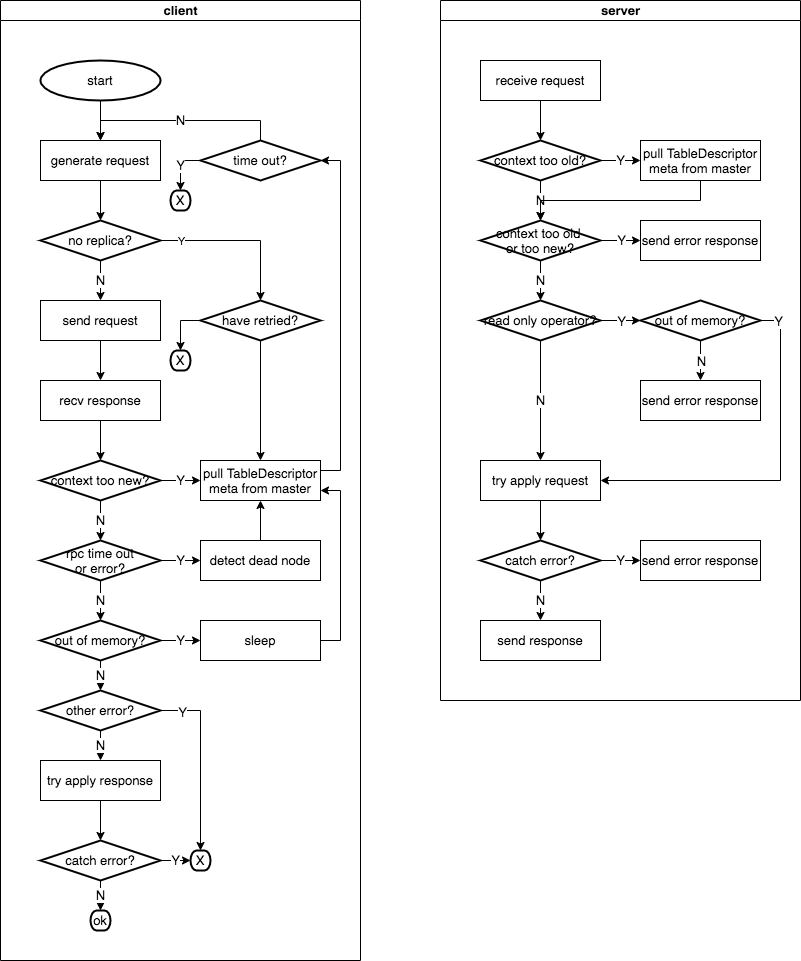
This is documents/operator.drawio.png from 4paradigm/parameter-server, a draw.io export, as it was before one commit. Source tidied: cells renumbered, new cells last; positions are measured from the earlier drawing's top-left corner, leaving out a move shared by most shapes. Its diagram source:
```xml
<mxGraphModel>
  <root>
    <mxCell id="0" />
    <mxCell id="1" parent="0" />
    <mxCell id="2" value="server" style="swimlane;html=1;startSize=20;fontSize=13;" parent="1" vertex="1">
      <mxGeometry x="440" width="360" height="700" as="geometry" />
    </mxCell>
    <mxCell id="3" style="edgeStyle=orthogonalEdgeStyle;rounded=0;jettySize=auto;html=1;entryX=0.5;entryY=0;entryDx=0;entryDy=0;entryPerimeter=0;fontSize=13;" parent="2" edge="1" source="4">
      <mxGeometry relative="1" as="geometry">
        <mxPoint x="100" y="140" as="targetPoint" />
      </mxGeometry>
    </mxCell>
    <mxCell id="4" value="receive request" style="rounded=0;whiteSpace=wrap;html=1;fontSize=13;" parent="2" vertex="1">
      <mxGeometry x="40" y="60" width="120" height="40" as="geometry" />
    </mxCell>
    <mxCell id="5" value="Y" style="edgeStyle=orthogonalEdgeStyle;rounded=0;jettySize=auto;html=1;exitX=1;exitY=0.5;exitDx=0;exitDy=0;exitPerimeter=0;entryX=0;entryY=0.5;entryDx=0;entryDy=0;fontSize=13;" parent="2" edge="1" source="7" target="9">
      <mxGeometry relative="1" as="geometry" />
    </mxCell>
    <mxCell id="6" value="N" style="edgeStyle=orthogonalEdgeStyle;rounded=0;jettySize=auto;html=1;entryX=0.5;entryY=0;entryDx=0;entryDy=0;entryPerimeter=0;fontSize=13;" parent="2" edge="1" source="7" target="10">
      <mxGeometry relative="1" as="geometry" />
    </mxCell>
    <mxCell id="7" value="context too old?" style="strokeWidth=2;html=1;shape=mxgraph.flowchart.decision;whiteSpace=wrap;fontSize=13;" parent="2" vertex="1">
      <mxGeometry x="40" y="140" width="120" height="40" as="geometry" />
    </mxCell>
    <mxCell id="8" style="edgeStyle=orthogonalEdgeStyle;rounded=0;jettySize=auto;html=1;exitX=0.5;exitY=1;exitDx=0;exitDy=0;entryX=0.5;entryY=0;entryDx=0;entryDy=0;entryPerimeter=0;" parent="2" edge="1" source="9" target="10">
      <mxGeometry relative="1" as="geometry" />
    </mxCell>
    <mxCell id="9" value="pull TableDescriptor meta from master" style="rounded=0;whiteSpace=wrap;html=1;fontSize=13;" parent="2" vertex="1">
      <mxGeometry x="200" y="140" width="120" height="40" as="geometry" />
    </mxCell>
    <mxCell id="10" value="context too old &lt;br&gt;or too new?" style="strokeWidth=2;html=1;shape=mxgraph.flowchart.decision;whiteSpace=wrap;fontSize=13;" parent="2" vertex="1">
      <mxGeometry x="40" y="220" width="120" height="40" as="geometry" />
    </mxCell>
    <mxCell id="11" value="N" style="edgeStyle=orthogonalEdgeStyle;rounded=0;jettySize=auto;html=1;entryX=0.5;entryY=0;entryDx=0;entryDy=0;fontSize=13;" parent="2" edge="1" source="12" target="14">
      <mxGeometry relative="1" as="geometry" />
    </mxCell>
    <mxCell id="12" value="read only operator?" style="strokeWidth=2;html=1;shape=mxgraph.flowchart.decision;whiteSpace=wrap;fontSize=13;" parent="2" vertex="1">
      <mxGeometry x="40" y="300" width="120" height="40" as="geometry" />
    </mxCell>
    <mxCell id="13" style="edgeStyle=orthogonalEdgeStyle;rounded=0;jettySize=auto;html=1;entryX=0.5;entryY=0;entryDx=0;entryDy=0;entryPerimeter=0;fontSize=13;" parent="2" edge="1" source="14" target="17">
      <mxGeometry relative="1" as="geometry" />
    </mxCell>
    <mxCell id="14" value="try apply request" style="rounded=0;whiteSpace=wrap;html=1;fontSize=13;" parent="2" vertex="1">
      <mxGeometry x="40" y="460" width="120" height="40" as="geometry" />
    </mxCell>
    <mxCell id="15" value="Y" style="edgeStyle=orthogonalEdgeStyle;rounded=0;jettySize=auto;html=1;entryX=0;entryY=0.5;entryDx=0;entryDy=0;fontSize=13;" parent="2" edge="1" source="17" target="29">
      <mxGeometry relative="1" as="geometry" />
    </mxCell>
    <mxCell id="16" value="N" style="edgeStyle=orthogonalEdgeStyle;rounded=0;jettySize=auto;html=1;entryX=0.5;entryY=0;entryDx=0;entryDy=0;fontSize=13;" parent="2" edge="1" source="17" target="30">
      <mxGeometry relative="1" as="geometry" />
    </mxCell>
    <mxCell id="17" value="catch error?" style="strokeWidth=2;html=1;shape=mxgraph.flowchart.decision;whiteSpace=wrap;fontSize=13;" parent="2" vertex="1">
      <mxGeometry x="40" y="540" width="120" height="40" as="geometry" />
    </mxCell>
    <mxCell id="18" style="edgeStyle=orthogonalEdgeStyle;rounded=0;jettySize=auto;html=1;entryX=1;entryY=0.5;entryDx=0;entryDy=0;exitX=1;exitY=0.5;exitDx=0;exitDy=0;exitPerimeter=0;fontSize=13;" parent="2" edge="1" source="20" target="14">
      <mxGeometry relative="1" as="geometry" />
    </mxCell>
    <mxCell id="19" value="Y" style="edgeLabel;html=1;align=center;verticalAlign=middle;fontSize=13;" parent="18" vertex="1">
      <mxGeometry x="0.43" y="3" relative="1" as="geometry">
        <mxPoint x="75" y="-163" as="offset" />
      </mxGeometry>
    </mxCell>
    <mxCell id="20" value="out of memory?" style="strokeWidth=2;html=1;shape=mxgraph.flowchart.decision;whiteSpace=wrap;fontSize=13;" parent="2" vertex="1">
      <mxGeometry x="200" y="300" width="120" height="40" as="geometry" />
    </mxCell>
    <mxCell id="21" value="send error response" style="rounded=0;whiteSpace=wrap;html=1;fontSize=13;" parent="2" vertex="1">
      <mxGeometry x="200" y="220" width="120" height="40" as="geometry" />
    </mxCell>
    <mxCell id="22" style="edgeStyle=orthogonalEdgeStyle;rounded=0;jettySize=auto;html=1;entryX=0;entryY=0.5;entryDx=0;entryDy=0;fontSize=13;" parent="2" edge="1" source="10" target="21">
      <mxGeometry relative="1" as="geometry" />
    </mxCell>
    <mxCell id="23" value="Y" style="edgeLabel;html=1;align=center;verticalAlign=middle;fontSize=13;" parent="22" vertex="1">
      <mxGeometry y="1" relative="1" as="geometry" />
    </mxCell>
    <mxCell id="24" value="send error response" style="rounded=0;whiteSpace=wrap;html=1;fontSize=13;" parent="2" vertex="1">
      <mxGeometry x="200" y="380" width="120" height="40" as="geometry" />
    </mxCell>
    <mxCell id="25" style="edgeStyle=orthogonalEdgeStyle;rounded=0;jettySize=auto;html=1;entryX=0.5;entryY=0;entryDx=0;entryDy=0;fontSize=13;" parent="2" edge="1" source="20" target="24">
      <mxGeometry relative="1" as="geometry" />
    </mxCell>
    <mxCell id="26" value="N" style="edgeLabel;html=1;align=center;verticalAlign=middle;fontSize=13;" parent="25" vertex="1">
      <mxGeometry relative="1" as="geometry" />
    </mxCell>
    <mxCell id="27" style="edgeStyle=orthogonalEdgeStyle;rounded=0;jettySize=auto;html=1;entryX=0;entryY=0.5;entryDx=0;entryDy=0;entryPerimeter=0;fontSize=13;" parent="2" edge="1" source="12" target="20">
      <mxGeometry relative="1" as="geometry" />
    </mxCell>
    <mxCell id="28" value="Y" style="edgeLabel;html=1;align=center;verticalAlign=middle;fontSize=13;" parent="27" vertex="1">
      <mxGeometry x="-0.1" y="2" relative="1" as="geometry">
        <mxPoint x="2" y="2" as="offset" />
      </mxGeometry>
    </mxCell>
    <mxCell id="29" value="send error response" style="rounded=0;whiteSpace=wrap;html=1;fontSize=13;" parent="2" vertex="1">
      <mxGeometry x="200" y="540" width="120" height="40" as="geometry" />
    </mxCell>
    <mxCell id="30" value="send response" style="rounded=0;whiteSpace=wrap;html=1;fontSize=13;" parent="2" vertex="1">
      <mxGeometry x="40" y="620" width="120" height="40" as="geometry" />
    </mxCell>
    <mxCell id="31" value="N" style="edgeStyle=orthogonalEdgeStyle;rounded=0;jettySize=auto;html=1;entryX=0.5;entryY=0;entryDx=0;entryDy=0;entryPerimeter=0;fontSize=13;" parent="2" edge="1" source="10" target="12">
      <mxGeometry relative="1" as="geometry">
        <Array as="points">
          <mxPoint x="100" y="280" />
          <mxPoint x="100" y="280" />
        </Array>
      </mxGeometry>
    </mxCell>
    <mxCell id="32" value="client" style="swimlane;html=1;startSize=20;fontSize=13;" parent="1" vertex="1">
      <mxGeometry width="360" height="960" as="geometry" />
    </mxCell>
    <mxCell id="33" style="edgeStyle=orthogonalEdgeStyle;rounded=0;jettySize=auto;html=1;entryX=0.5;entryY=0;entryDx=0;entryDy=0;fontSize=13;" parent="32" edge="1" source="34" target="36">
      <mxGeometry relative="1" as="geometry" />
    </mxCell>
    <mxCell id="34" value="send request" style="rounded=0;whiteSpace=wrap;html=1;fontSize=13;" parent="32" vertex="1">
      <mxGeometry x="40" y="300" width="120" height="40" as="geometry" />
    </mxCell>
    <mxCell id="35" style="edgeStyle=orthogonalEdgeStyle;rounded=0;jettySize=auto;html=1;entryX=0.5;entryY=0;entryDx=0;entryDy=0;entryPerimeter=0;fontSize=13;" parent="32" edge="1" source="36" target="45">
      <mxGeometry relative="1" as="geometry" />
    </mxCell>
    <mxCell id="36" value="recv response" style="rounded=0;whiteSpace=wrap;html=1;fontSize=13;" parent="32" vertex="1">
      <mxGeometry x="40" y="380" width="120" height="40" as="geometry" />
    </mxCell>
    <mxCell id="37" value="N" style="edgeStyle=orthogonalEdgeStyle;rounded=0;jettySize=auto;html=1;entryX=0.5;entryY=0;entryDx=0;entryDy=0;entryPerimeter=0;fontSize=13;" parent="32" edge="1" source="39" target="42">
      <mxGeometry relative="1" as="geometry" />
    </mxCell>
    <mxCell id="38" value="Y" style="edgeStyle=orthogonalEdgeStyle;rounded=0;jettySize=auto;html=1;entryX=0;entryY=0.5;entryDx=0;entryDy=0;fontSize=13;" parent="32" edge="1" source="39" target="60">
      <mxGeometry relative="1" as="geometry" />
    </mxCell>
    <mxCell id="39" value="rpc time out&lt;br&gt;or error?" style="strokeWidth=2;html=1;shape=mxgraph.flowchart.decision;whiteSpace=wrap;fontSize=13;" parent="32" vertex="1">
      <mxGeometry x="40" y="540" width="120" height="40" as="geometry" />
    </mxCell>
    <mxCell id="40" value="Y" style="edgeStyle=orthogonalEdgeStyle;rounded=0;jettySize=auto;html=1;entryX=0;entryY=0.5;entryDx=0;entryDy=0;fontSize=13;" parent="32" edge="1" source="42" target="50">
      <mxGeometry relative="1" as="geometry" />
    </mxCell>
    <mxCell id="41" value="N" style="edgeStyle=orthogonalEdgeStyle;rounded=0;jettySize=auto;html=1;fontSize=13;entryX=0.5;entryY=0;entryDx=0;entryDy=0;entryPerimeter=0;" parent="32" edge="1" source="42" target="78">
      <mxGeometry relative="1" as="geometry" />
    </mxCell>
    <mxCell id="42" value="out of memory?" style="strokeWidth=2;html=1;shape=mxgraph.flowchart.decision;whiteSpace=wrap;fontSize=13;" parent="32" vertex="1">
      <mxGeometry x="40" y="620" width="120" height="40" as="geometry" />
    </mxCell>
    <mxCell id="43" value="N" style="edgeStyle=orthogonalEdgeStyle;rounded=0;jettySize=auto;html=1;entryX=0.5;entryY=0;entryDx=0;entryDy=0;entryPerimeter=0;fontSize=13;" parent="32" edge="1" source="45" target="39">
      <mxGeometry relative="1" as="geometry">
        <Array as="points">
          <mxPoint x="100" y="520" />
          <mxPoint x="100" y="520" />
        </Array>
      </mxGeometry>
    </mxCell>
    <mxCell id="44" value="Y" style="edgeStyle=orthogonalEdgeStyle;rounded=0;jettySize=auto;html=1;entryX=0;entryY=0.5;entryDx=0;entryDy=0;fontSize=13;" parent="32" edge="1" source="45" target="47">
      <mxGeometry relative="1" as="geometry" />
    </mxCell>
    <mxCell id="45" value="context too new?" style="strokeWidth=2;html=1;shape=mxgraph.flowchart.decision;whiteSpace=wrap;fontSize=13;" parent="32" vertex="1">
      <mxGeometry x="40" y="460" width="120" height="40" as="geometry" />
    </mxCell>
    <mxCell id="46" style="edgeStyle=orthogonalEdgeStyle;rounded=0;jettySize=auto;html=1;exitX=1;exitY=0.25;exitDx=0;exitDy=0;entryX=1;entryY=0.5;entryDx=0;entryDy=0;entryPerimeter=0;fontSize=13;" parent="32" edge="1" source="47" target="63">
      <mxGeometry relative="1" as="geometry" />
    </mxCell>
    <mxCell id="47" value="pull TableDescriptor meta from master" style="rounded=0;whiteSpace=wrap;html=1;fontSize=13;" parent="32" vertex="1">
      <mxGeometry x="200" y="460" width="120" height="40" as="geometry" />
    </mxCell>
    <mxCell id="48" style="edgeStyle=orthogonalEdgeStyle;rounded=0;jettySize=auto;html=1;entryX=0.5;entryY=1;entryDx=0;entryDy=0;exitX=0.5;exitY=0;exitDx=0;exitDy=0;fontSize=13;" parent="32" edge="1" source="60" target="47">
      <mxGeometry relative="1" as="geometry" />
    </mxCell>
    <mxCell id="49" style="edgeStyle=orthogonalEdgeStyle;rounded=0;jettySize=auto;html=1;entryX=1;entryY=0.75;entryDx=0;entryDy=0;exitX=1;exitY=0.5;exitDx=0;exitDy=0;fontSize=13;" parent="32" edge="1" source="50" target="47">
      <mxGeometry relative="1" as="geometry" />
    </mxCell>
    <mxCell id="50" value="sleep" style="rounded=0;whiteSpace=wrap;html=1;fontSize=13;" parent="32" vertex="1">
      <mxGeometry x="200" y="620" width="120" height="40" as="geometry" />
    </mxCell>
    <mxCell id="51" style="edgeStyle=orthogonalEdgeStyle;rounded=0;jettySize=auto;html=1;entryX=0.5;entryY=0;entryDx=0;entryDy=0;entryPerimeter=0;fontSize=13;" parent="32" edge="1" source="52" target="56">
      <mxGeometry relative="1" as="geometry" />
    </mxCell>
    <mxCell id="52" value="generate request" style="rounded=0;whiteSpace=wrap;html=1;fontSize=13;" parent="32" vertex="1">
      <mxGeometry x="40" y="140" width="120" height="40" as="geometry" />
    </mxCell>
    <mxCell id="53" value="N" style="edgeStyle=orthogonalEdgeStyle;rounded=0;jettySize=auto;html=1;entryX=0.5;entryY=0;entryDx=0;entryDy=0;fontSize=13;" parent="32" edge="1" source="56" target="34">
      <mxGeometry relative="1" as="geometry" />
    </mxCell>
    <mxCell id="54" style="edgeStyle=orthogonalEdgeStyle;rounded=0;jettySize=auto;html=1;exitX=1;exitY=0.5;exitDx=0;exitDy=0;exitPerimeter=0;entryX=0.5;entryY=0;entryDx=0;entryDy=0;entryPerimeter=0;fontSize=13;" parent="32" edge="1" source="56" target="58">
      <mxGeometry relative="1" as="geometry" />
    </mxCell>
    <mxCell id="55" value="Y" style="edgeLabel;html=1;align=center;verticalAlign=middle;" parent="54" vertex="1">
      <mxGeometry x="-0.79" y="-4" relative="1" as="geometry">
        <mxPoint x="3" y="-4" as="offset" />
      </mxGeometry>
    </mxCell>
    <mxCell id="56" value="no replica?" style="strokeWidth=2;html=1;shape=mxgraph.flowchart.decision;whiteSpace=wrap;fontSize=13;" parent="32" vertex="1">
      <mxGeometry x="40" y="220" width="120" height="40" as="geometry" />
    </mxCell>
    <mxCell id="57" style="edgeStyle=orthogonalEdgeStyle;rounded=0;jettySize=auto;html=1;exitX=0;exitY=0.5;exitDx=0;exitDy=0;exitPerimeter=0;fontSize=13;" parent="32" edge="1" source="58" target="73">
      <mxGeometry relative="1" as="geometry" />
    </mxCell>
    <mxCell id="58" value="have retried?" style="strokeWidth=2;html=1;shape=mxgraph.flowchart.decision;whiteSpace=wrap;fontSize=13;" parent="32" vertex="1">
      <mxGeometry x="200" y="300" width="120" height="40" as="geometry" />
    </mxCell>
    <mxCell id="59" style="edgeStyle=orthogonalEdgeStyle;rounded=0;jettySize=auto;html=1;entryX=0.5;entryY=0;entryDx=0;entryDy=0;fontSize=13;" parent="32" edge="1" source="58" target="47">
      <mxGeometry relative="1" as="geometry" />
    </mxCell>
    <mxCell id="60" value="detect dead node" style="rounded=0;whiteSpace=wrap;html=1;fontSize=13;" parent="32" vertex="1">
      <mxGeometry x="200" y="540" width="120" height="40" as="geometry" />
    </mxCell>
    <mxCell id="61" value="N" style="edgeStyle=orthogonalEdgeStyle;rounded=0;jettySize=auto;html=1;exitX=0.5;exitY=0;exitDx=0;exitDy=0;exitPerimeter=0;entryX=0.5;entryY=0;entryDx=0;entryDy=0;fontSize=13;" parent="32" edge="1" source="63" target="52">
      <mxGeometry relative="1" as="geometry" />
    </mxCell>
    <mxCell id="62" value="Y" style="edgeStyle=orthogonalEdgeStyle;rounded=0;jettySize=auto;html=1;exitX=0;exitY=0.5;exitDx=0;exitDy=0;exitPerimeter=0;entryX=0.5;entryY=0;entryDx=0;entryDy=0;entryPerimeter=0;fontSize=13;" parent="32" edge="1" source="63" target="74">
      <mxGeometry relative="1" as="geometry">
        <Array as="points">
          <mxPoint x="180" y="160" />
        </Array>
      </mxGeometry>
    </mxCell>
    <mxCell id="63" value="time out?" style="strokeWidth=2;html=1;shape=mxgraph.flowchart.decision;whiteSpace=wrap;fontSize=13;" parent="32" vertex="1">
      <mxGeometry x="200" y="140" width="120" height="40" as="geometry" />
    </mxCell>
    <mxCell id="64" style="edgeStyle=orthogonalEdgeStyle;rounded=0;jettySize=auto;html=1;entryX=0.5;entryY=0;entryDx=0;entryDy=0;fontSize=13;" parent="32" edge="1" source="65" target="52">
      <mxGeometry relative="1" as="geometry" />
    </mxCell>
    <mxCell id="65" value="start" style="strokeWidth=2;html=1;shape=mxgraph.flowchart.start_1;whiteSpace=wrap;fontSize=13;" parent="32" vertex="1">
      <mxGeometry x="40" y="60" width="120" height="40" as="geometry" />
    </mxCell>
    <mxCell id="66" value="Y" style="edgeStyle=orthogonalEdgeStyle;rounded=0;jettySize=auto;html=1;exitX=1;exitY=0.5;exitDx=0;exitDy=0;exitPerimeter=0;entryX=0;entryY=0.5;entryDx=0;entryDy=0;entryPerimeter=0;fontSize=13;" parent="32" edge="1" source="67" target="72">
      <mxGeometry relative="1" as="geometry" />
    </mxCell>
    <mxCell id="67" value="catch error?" style="strokeWidth=2;html=1;shape=mxgraph.flowchart.decision;whiteSpace=wrap;fontSize=13;" parent="32" vertex="1">
      <mxGeometry x="40" y="840" width="120" height="40" as="geometry" />
    </mxCell>
    <mxCell id="68" value="ok" style="strokeWidth=2;html=1;shape=mxgraph.flowchart.terminator;whiteSpace=wrap;fontSize=13;" parent="32" vertex="1">
      <mxGeometry x="90" y="910" width="20" height="20" as="geometry" />
    </mxCell>
    <mxCell id="69" value="N" style="edgeStyle=orthogonalEdgeStyle;rounded=0;jettySize=auto;html=1;entryX=0.5;entryY=0;entryDx=0;entryDy=0;entryPerimeter=0;fontSize=13;" parent="32" edge="1" source="67" target="68">
      <mxGeometry relative="1" as="geometry" />
    </mxCell>
    <mxCell id="70" style="edgeStyle=orthogonalEdgeStyle;rounded=0;jettySize=auto;html=1;fontSize=13;" parent="32" edge="1" source="71" target="67">
      <mxGeometry relative="1" as="geometry" />
    </mxCell>
    <mxCell id="71" value="try apply response" style="rounded=0;whiteSpace=wrap;html=1;fontSize=13;" parent="32" vertex="1">
      <mxGeometry x="40" y="760" width="120" height="40" as="geometry" />
    </mxCell>
    <mxCell id="72" value="X" style="strokeWidth=2;html=1;shape=mxgraph.flowchart.terminator;whiteSpace=wrap;fontSize=13;" parent="32" vertex="1">
      <mxGeometry x="190" y="850" width="20" height="20" as="geometry" />
    </mxCell>
    <mxCell id="73" value="X" style="strokeWidth=2;html=1;shape=mxgraph.flowchart.terminator;whiteSpace=wrap;fontSize=13;" parent="32" vertex="1">
      <mxGeometry x="170" y="350" width="20" height="20" as="geometry" />
    </mxCell>
    <mxCell id="74" value="X" style="strokeWidth=2;html=1;shape=mxgraph.flowchart.terminator;whiteSpace=wrap;fontSize=13;" parent="32" vertex="1">
      <mxGeometry x="170" y="190" width="20" height="20" as="geometry" />
    </mxCell>
    <mxCell id="75" value="N" style="edgeStyle=orthogonalEdgeStyle;rounded=0;jettySize=auto;html=1;entryX=0.5;entryY=0;entryDx=0;entryDy=0;fontSize=13;" parent="32" edge="1" source="78" target="71">
      <mxGeometry relative="1" as="geometry" />
    </mxCell>
    <mxCell id="76" style="edgeStyle=orthogonalEdgeStyle;rounded=0;jettySize=auto;html=1;entryX=0.5;entryY=0;entryDx=0;entryDy=0;entryPerimeter=0;fontSize=13;" parent="32" edge="1" source="78" target="72">
      <mxGeometry relative="1" as="geometry" />
    </mxCell>
    <mxCell id="77" value="Y" style="edgeLabel;html=1;align=center;verticalAlign=middle;fontSize=13;" parent="76" vertex="1">
      <mxGeometry x="-0.76" y="-1" relative="1" as="geometry" />
    </mxCell>
    <mxCell id="78" value="other error?" style="strokeWidth=2;html=1;shape=mxgraph.flowchart.decision;whiteSpace=wrap;fontSize=13;" parent="32" vertex="1">
      <mxGeometry x="40" y="690" width="120" height="40" as="geometry" />
    </mxCell>
  </root>
</mxGraphModel>
```
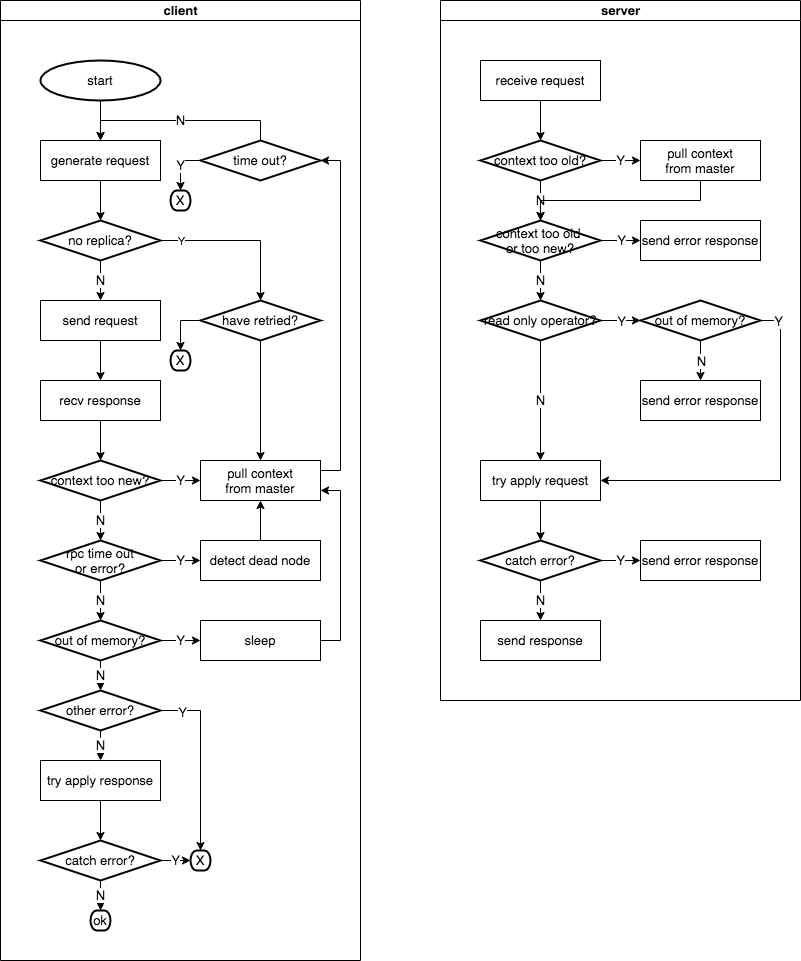
Later version of the same file.

Commit message:
fix documents graph

The edit, as a diff of the source:
```diff
@@ -25,7 +25,7 @@
     <mxCell id="8" style="edgeStyle=orthogonalEdgeStyle;rounded=0;jettySize=auto;html=1;exitX=0.5;exitY=1;exitDx=0;exitDy=0;entryX=0.5;entryY=0;entryDx=0;entryDy=0;entryPerimeter=0;" parent="2" edge="1" source="9" target="10">
       <mxGeometry relative="1" as="geometry" />
     </mxCell>
-    <mxCell id="9" value="pull TableDescriptor meta from master" style="rounded=0;whiteSpace=wrap;html=1;fontSize=13;" parent="2" vertex="1">
+    <mxCell id="9" value="pull context&lt;br&gt;from master" style="rounded=0;whiteSpace=wrap;html=1;fontSize=13;" parent="2" vertex="1">
       <mxGeometry x="200" y="140" width="120" height="40" as="geometry" />
     </mxCell>
     <mxCell id="10" value="context too old &lt;br&gt;or too new?" style="strokeWidth=2;html=1;shape=mxgraph.flowchart.decision;whiteSpace=wrap;fontSize=13;" parent="2" vertex="1">
@@ -153,7 +153,7 @@
     <mxCell id="46" style="edgeStyle=orthogonalEdgeStyle;rounded=0;jettySize=auto;html=1;exitX=1;exitY=0.25;exitDx=0;exitDy=0;entryX=1;entryY=0.5;entryDx=0;entryDy=0;entryPerimeter=0;fontSize=13;" parent="32" edge="1" source="47" target="63">
       <mxGeometry relative="1" as="geometry" />
     </mxCell>
-    <mxCell id="47" value="pull TableDescriptor meta from master" style="rounded=0;whiteSpace=wrap;html=1;fontSize=13;" parent="32" vertex="1">
+    <mxCell id="47" value="pull context&lt;br&gt;from master" style="rounded=0;whiteSpace=wrap;html=1;fontSize=13;" parent="32" vertex="1">
       <mxGeometry x="200" y="460" width="120" height="40" as="geometry" />
     </mxCell>
     <mxCell id="48" style="edgeStyle=orthogonalEdgeStyle;rounded=0;jettySize=auto;html=1;entryX=0.5;entryY=1;entryDx=0;entryDy=0;exitX=0.5;exitY=0;exitDx=0;exitDy=0;fontSize=13;" parent="32" edge="1" source="60" target="47">
```
